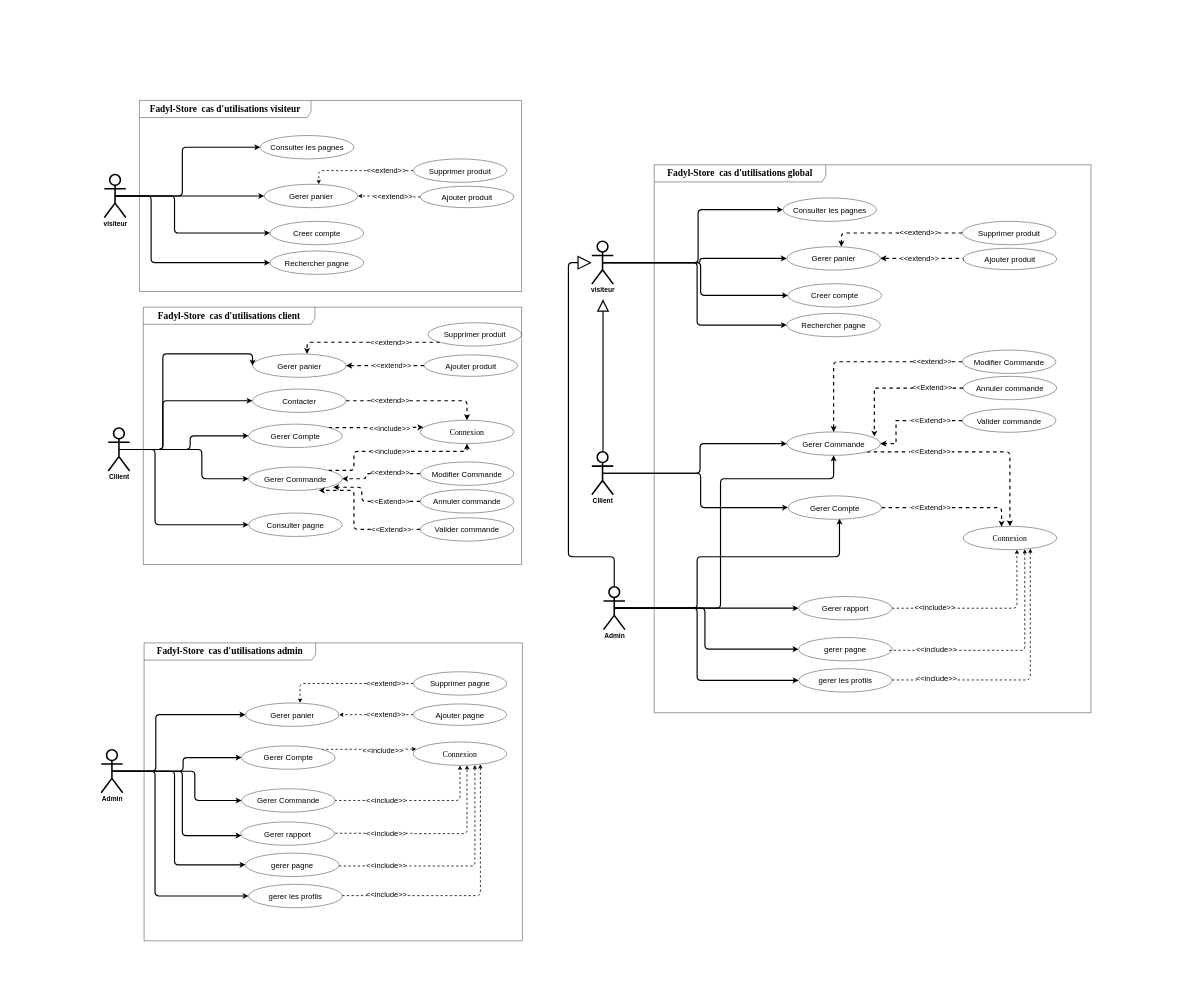
Above: use case.drawio in Meshavegas/Fadhyl-Store (draw.io), before the change. Source tidied: cells renumbered, new cells numbered last; positions are measured from the earlier drawing's top-left corner, leaving out a move shared by most shapes. Both pictures are drawn from the tidied source at 39%, with x=0, y=0 at pixel (101, 100).
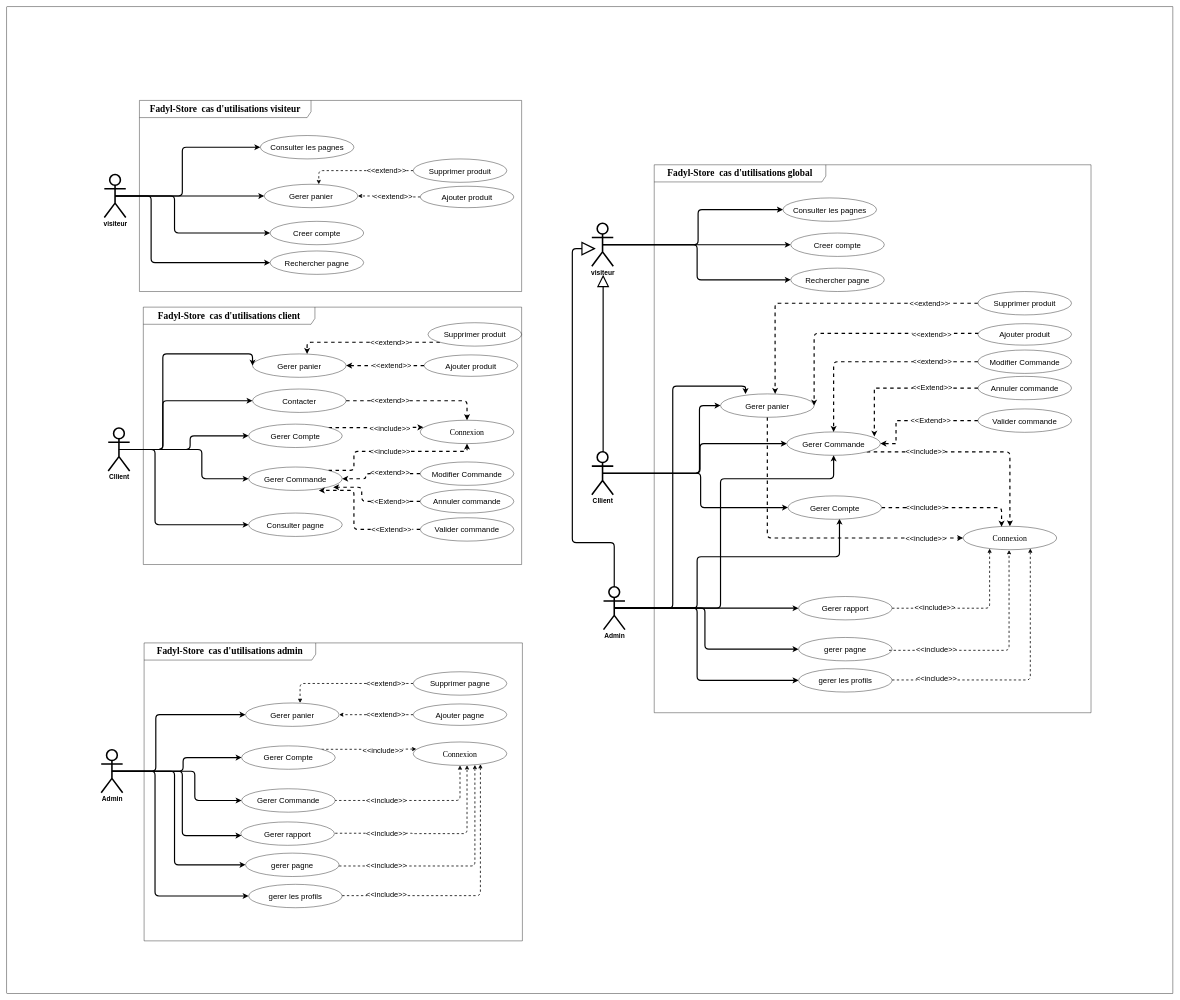
Above is the later version.

The change refers to these unchanged cells:
```xml
<mxCell id="90" value="&lt;b&gt;&lt;font style=&quot;font-size: 17px;&quot;&gt;Cllient&lt;/font&gt;&lt;/b&gt;" style="shape=umlActor;verticalLabelPosition=bottom;verticalAlign=top;html=1;strokeWidth=4;" parent="1" vertex="1">
  <mxGeometry x="1258" y="901" width="55" height="110" as="geometry" />
</mxCell>
<mxCell id="97" value="&lt;b&gt;&lt;font style=&quot;font-size: 17px;&quot;&gt;Admin&lt;/font&gt;&lt;/b&gt;" style="shape=umlActor;verticalLabelPosition=bottom;verticalAlign=top;html=1;strokeWidth=4;" parent="1" vertex="1">
  <mxGeometry x="1288" y="1247" width="55" height="110" as="geometry" />
</mxCell>
<mxCell id="121" value="&lt;font face=&quot;Times New Roman&quot; style=&quot;font-size: 20px;&quot;&gt;Connexion&lt;/font&gt;" style="ellipse;whiteSpace=wrap;html=1;" parent="1" vertex="1">
  <mxGeometry x="2210" y="1092" width="240" height="60" as="geometry" />
</mxCell>
<mxCell id="122" value="&lt;font style=&quot;font-size: 20px;&quot;&gt;Gerer rapport&lt;/font&gt;" style="ellipse;whiteSpace=wrap;html=1;" parent="1" vertex="1">
  <mxGeometry x="1788" y="1272" width="240" height="60" as="geometry" />
</mxCell>
```

What changed in the source:
```diff
@@
+    <mxCell id="135" style="rounded=0;whiteSpace=wrap;html=1;fillColor=none;" parent="1" vertex="1">
+      <mxGeometry x="-242" y="-240" width="2990" height="2530" as="geometry" />
+    </mxCell>
@@
-    <mxCell id="83" style="edgeStyle=orthogonalEdgeStyle;rounded=1;jettySize=auto;html=1;exitX=0.5;exitY=0.5;exitDx=0;exitDy=0;exitPerimeter=0;entryX=0;entryY=0.5;entryDx=0;entryDy=0;strokeWidth=3;" parent="1" edge="1" source="86" target="99">
-      <mxGeometry relative="1" as="geometry" />
-    </mxCell>
@@
     <mxCell id="85" style="edgeStyle=orthogonalEdgeStyle;rounded=1;jettySize=auto;html=1;exitX=0.5;exitY=0.5;exitDx=0;exitDy=0;exitPerimeter=0;entryX=0;entryY=0.5;entryDx=0;entryDy=0;strokeWidth=3;" parent="1" edge="1" source="86" target="101">
       <mxGeometry relative="1" as="geometry">
         <Array as="points">
-          <mxPoint x="1528" y="416" />
-          <mxPoint x="1528" y="576" />
+          <mxPoint x="1528" y="370" />
+          <mxPoint x="1528" y="460" />
         </Array>
       </mxGeometry>
     </mxCell>
     <mxCell id="86" value="&lt;b&gt;&lt;font style=&quot;font-size: 17px;&quot;&gt;visiteur&lt;/font&gt;&lt;/b&gt;" style="shape=umlActor;verticalLabelPosition=bottom;verticalAlign=top;html=1;strokeWidth=4;" parent="1" vertex="1">
-      <mxGeometry x="1258" y="361" width="55" height="110" as="geometry" />
+      <mxGeometry x="1258" y="315" width="55" height="110" as="geometry" />
     </mxCell>
@@
     <mxCell id="89" style="edgeStyle=orthogonalEdgeStyle;rounded=1;orthogonalLoop=1;jettySize=auto;html=1;exitX=0.5;exitY=0;exitDx=0;exitDy=0;exitPerimeter=0;strokeWidth=3;endArrow=block;endFill=0;endSize=24;" parent="1" edge="1">
       <mxGeometry relative="1" as="geometry">
-        <mxPoint x="1284.2" y="901" as="sourcePoint" />
-        <mxPoint x="1286.7" y="510" as="targetPoint" />
+        <mxPoint x="1284.2" y="923" as="sourcePoint" />
+        <mxPoint x="1287" y="447" as="targetPoint" />
         <Array as="points">
-          <mxPoint x="1287" y="901" />
+          <mxPoint x="1287" y="923" />
         </Array>
       </mxGeometry>
     </mxCell>
+    <mxCell id="136" style="edgeStyle=orthogonalEdgeStyle;rounded=1;jettySize=auto;html=1;exitX=0.5;exitY=0.5;exitDx=0;exitDy=0;exitPerimeter=0;entryX=0;entryY=0.5;entryDx=0;entryDy=0;strokeWidth=3;" parent="1" edge="1" source="90" target="99">
+      <mxGeometry relative="1" as="geometry">
+        <Array as="points">
+          <mxPoint x="1534" y="956" />
+          <mxPoint x="1534" y="783" />
+        </Array>
+      </mxGeometry>
+    </mxCell>
@@
-    <mxCell id="91" style="edgeStyle=orthogonalEdgeStyle;rounded=1;jettySize=auto;html=1;exitX=0.5;exitY=0;exitDx=0;exitDy=0;exitPerimeter=0;strokeWidth=3;endArrow=block;endFill=0;endSize=29;" parent="1" edge="1" source="97" target="86">
+    <mxCell id="91" style="edgeStyle=orthogonalEdgeStyle;rounded=1;jettySize=auto;html=1;exitX=0.5;exitY=0;exitDx=0;exitDy=0;exitPerimeter=0;strokeWidth=3;endArrow=block;endFill=0;endSize=29;" parent="1" edge="1" source="97">
       <mxGeometry relative="1" as="geometry">
+        <mxPoint x="1268" y="380" as="targetPoint" />
         <Array as="points">
-          <mxPoint x="1315" y="1170" />
-          <mxPoint x="1198" y="1170" />
-          <mxPoint x="1198" y="416" />
+          <mxPoint x="1315" y="1134" />
+          <mxPoint x="1208" y="1134" />
+          <mxPoint x="1208" y="380" />
         </Array>
       </mxGeometry>
     </mxCell>
@@
+    <mxCell id="137" style="edgeStyle=orthogonalEdgeStyle;rounded=1;jettySize=auto;html=1;exitX=0.5;exitY=0.5;exitDx=0;exitDy=0;exitPerimeter=0;entryX=0.267;entryY=0.008;entryDx=0;entryDy=0;entryPerimeter=0;strokeWidth=3;" parent="1" edge="1" source="97" target="99">
+      <mxGeometry relative="1" as="geometry" />
+    </mxCell>
@@
+    <mxCell id="138" style="edgeStyle=orthogonalEdgeStyle;rounded=1;jettySize=auto;html=1;exitX=0.5;exitY=1;exitDx=0;exitDy=0;entryX=0;entryY=0.5;entryDx=0;entryDy=0;strokeWidth=3;dashed=1;" parent="1" edge="1" source="99" target="121">
+      <mxGeometry relative="1" as="geometry" />
+    </mxCell>
     <mxCell id="99" value="&lt;font style=&quot;font-size: 20px;&quot;&gt;Gerer panier&lt;/font&gt;" style="ellipse;whiteSpace=wrap;html=1;fillStyle=solid;" parent="1" vertex="1">
-      <mxGeometry x="1758" y="375" width="240" height="60" as="geometry" />
+      <mxGeometry x="1588" y="752.5" width="240" height="60" as="geometry" />
     </mxCell>
     <mxCell id="100" value="&lt;font style=&quot;font-size: 20px;&quot;&gt;Creer compte&lt;/font&gt;" style="ellipse;whiteSpace=wrap;html=1;" parent="1" vertex="1">
-      <mxGeometry x="1761" y="470" width="240" height="60" as="geometry" />
+      <mxGeometry x="1768" y="340" width="240" height="60" as="geometry" />
     </mxCell>
     <mxCell id="101" value="&lt;font style=&quot;font-size: 20px;&quot;&gt;Rechercher pagne&lt;/font&gt;" style="ellipse;whiteSpace=wrap;html=1;" parent="1" vertex="1">
-      <mxGeometry x="1758" y="546" width="240" height="60" as="geometry" />
+      <mxGeometry x="1768" y="430" width="240" height="60" as="geometry" />
     </mxCell>
-    <mxCell id="102" style="edgeStyle=orthogonalEdgeStyle;rounded=0;jettySize=auto;html=1;entryX=1;entryY=0.5;entryDx=0;entryDy=0;dashed=1;strokeWidth=3;exitX=0.994;exitY=0.548;exitDx=0;exitDy=0;exitPerimeter=0;" parent="1" edge="1" source="108" target="99">
+    <mxCell id="102" style="edgeStyle=orthogonalEdgeStyle;rounded=1;jettySize=auto;html=1;entryX=1;entryY=0.5;entryDx=0;entryDy=0;dashed=1;strokeWidth=3;exitX=0.994;exitY=0.548;exitDx=0;exitDy=0;exitPerimeter=0;" parent="1" edge="1" source="108" target="99">
       <mxGeometry relative="1" as="geometry">
         <Array as="points">
-          <mxPoint x="2211" y="410" />
-          <mxPoint x="2218" y="410" />
-          <mxPoint x="2218" y="405" />
+          <mxPoint x="1828" y="597" />
         </Array>
       </mxGeometry>
     </mxCell>
@@
     <mxCell id="104" value="&lt;font style=&quot;font-size: 20px;&quot;&gt;Supprimer produit&lt;/font&gt;" style="ellipse;whiteSpace=wrap;html=1;flipV=1;flipH=1;" parent="1" vertex="1">
-      <mxGeometry x="2208" y="310" width="240" height="60" as="geometry" />
+      <mxGeometry x="2248" y="490" width="240" height="60" as="geometry" />
     </mxCell>
     <mxCell id="105" value="&lt;font style=&quot;font-size: 19px;&quot;&gt;&amp;lt;&amp;lt;extend&amp;gt;&amp;gt;&lt;/font&gt;" style="text;html=1;strokeColor=none;fillColor=default;align=center;verticalAlign=middle;whiteSpace=wrap;rounded=0;" parent="1" vertex="1">
-      <mxGeometry x="2048" y="325" width="100" height="30" as="geometry" />
+      <mxGeometry x="2074" y="506" width="100" height="30" as="geometry" />
     </mxCell>
     <mxCell id="106" value="&lt;font style=&quot;font-size: 19px;&quot;&gt;&amp;lt;&amp;lt;extend&amp;gt;&amp;gt;&lt;/font&gt;" style="text;html=1;strokeColor=none;fillColor=default;align=center;verticalAlign=middle;whiteSpace=wrap;rounded=0;" parent="1" vertex="1">
-      <mxGeometry x="2048" y="390" width="100" height="30" as="geometry" />
+      <mxGeometry x="2080" y="585" width="100" height="30" as="geometry" />
     </mxCell>
@@
     <mxCell id="108" value="&lt;font style=&quot;font-size: 20px;&quot;&gt;Ajouter produit&lt;/font&gt;" style="ellipse;whiteSpace=wrap;html=1;flipV=1;flipH=1;" parent="1" vertex="1">
-      <mxGeometry x="2210" y="379" width="240" height="55" as="geometry" />
+      <mxGeometry x="2248" y="572.5" width="240" height="55" as="geometry" />
     </mxCell>
@@
     <mxCell id="112" value="&lt;font style=&quot;font-size: 20px;&quot;&gt;Modifier Commande&lt;/font&gt;" style="ellipse;whiteSpace=wrap;html=1;flipV=1;flipH=1;" parent="1" vertex="1">
-      <mxGeometry x="2208" y="640" width="240" height="60" as="geometry" />
+      <mxGeometry x="2248" y="640" width="240" height="60" as="geometry" />
     </mxCell>
@@
     <mxCell id="114" value="&lt;font style=&quot;font-size: 20px;&quot;&gt;Annuler commande&lt;/font&gt;" style="ellipse;whiteSpace=wrap;html=1;flipV=1;flipH=1;" parent="1" vertex="1">
-      <mxGeometry x="2210" y="707.5" width="240" height="60" as="geometry" />
+      <mxGeometry x="2248" y="707.5" width="240" height="60" as="geometry" />
     </mxCell>
@@
     <mxCell id="116" value="&lt;font style=&quot;font-size: 20px;&quot;&gt;Valider commande&lt;/font&gt;" style="ellipse;whiteSpace=wrap;html=1;flipV=1;flipH=1;" parent="1" vertex="1">
-      <mxGeometry x="2208" y="791" width="240" height="60" as="geometry" />
+      <mxGeometry x="2248" y="791" width="240" height="60" as="geometry" />
     </mxCell>
@@
     <mxCell id="124" style="edgeStyle=orthogonalEdgeStyle;rounded=1;jettySize=auto;html=1;exitX=1;exitY=0.5;exitDx=0;exitDy=0;dashed=1;strokeWidth=2;" parent="1" edge="1" source="122" target="121">
       <mxGeometry relative="1" as="geometry">
         <Array as="points">
-          <mxPoint x="2348" y="1302" />
+          <mxPoint x="2278" y="1302" />
         </Array>
       </mxGeometry>
     </mxCell>
@@
-    <mxCell id="126" style="edgeStyle=orthogonalEdgeStyle;rounded=1;jettySize=auto;html=1;exitX=1;exitY=0;exitDx=0;exitDy=0;dashed=1;strokeWidth=2;entryX=0.659;entryY=0.978;entryDx=0;entryDy=0;entryPerimeter=0;" parent="1" edge="1" target="121">
+    <mxCell id="126" style="edgeStyle=orthogonalEdgeStyle;rounded=1;jettySize=auto;html=1;exitX=1;exitY=0;exitDx=0;exitDy=0;dashed=1;strokeWidth=2;entryX=0.491;entryY=1.013;entryDx=0;entryDy=0;entryPerimeter=0;" parent="1" edge="1" target="121">
       <mxGeometry relative="1" as="geometry">
         <mxPoint x="2020" y="1410" as="sourcePoint" />
         <Array as="points">
-          <mxPoint x="2368" y="1410" />
+          <mxPoint x="2328" y="1410" />
+          <mxPoint x="2328" y="1153" />
         </Array>
       </mxGeometry>
     </mxCell>
@@
-    <mxCell id="133" value="&lt;font style=&quot;font-size: 19px;&quot;&gt;&amp;lt;&amp;lt;Extend&amp;gt;&amp;gt;&lt;/font&gt;" style="text;html=1;strokeColor=none;fillColor=default;align=center;verticalAlign=middle;whiteSpace=wrap;rounded=0;" parent="1" vertex="1">
-      <mxGeometry x="2074" y="1030" width="107" height="30" as="geometry" />
-    </mxCell>
-    <mxCell id="134" value="&lt;font style=&quot;font-size: 19px;&quot;&gt;&amp;lt;&amp;lt;Extend&amp;gt;&amp;gt;&lt;/font&gt;" style="text;html=1;strokeColor=none;fillColor=default;align=center;verticalAlign=middle;whiteSpace=wrap;rounded=0;" parent="1" vertex="1">
-      <mxGeometry x="2074" y="886" width="107" height="30" as="geometry" />
-    </mxCell>
+    <mxCell id="139" value="&lt;font style=&quot;font-size: 19px;&quot;&gt;&amp;lt;&amp;lt;include&amp;gt;&amp;gt;&lt;/font&gt;" style="text;html=1;strokeColor=none;fillColor=default;align=center;verticalAlign=middle;whiteSpace=wrap;rounded=0;" parent="1" vertex="1">
+      <mxGeometry x="2065" y="1108" width="100" height="30" as="geometry" />
+    </mxCell>
+    <mxCell id="140" value="&lt;font style=&quot;font-size: 19px;&quot;&gt;&amp;lt;&amp;lt;include&amp;gt;&amp;gt;&lt;/font&gt;" style="text;html=1;strokeColor=none;fillColor=default;align=center;verticalAlign=middle;whiteSpace=wrap;rounded=0;" parent="1" vertex="1">
+      <mxGeometry x="2065" y="1030" width="100" height="30" as="geometry" />
+    </mxCell>
+    <mxCell id="141" value="&lt;font style=&quot;font-size: 19px;&quot;&gt;&amp;lt;&amp;lt;include&amp;gt;&amp;gt;&lt;/font&gt;" style="text;html=1;strokeColor=none;fillColor=default;align=center;verticalAlign=middle;whiteSpace=wrap;rounded=0;" parent="1" vertex="1">
+      <mxGeometry x="2065" y="887" width="100" height="30" as="geometry" />
+    </mxCell>
```
